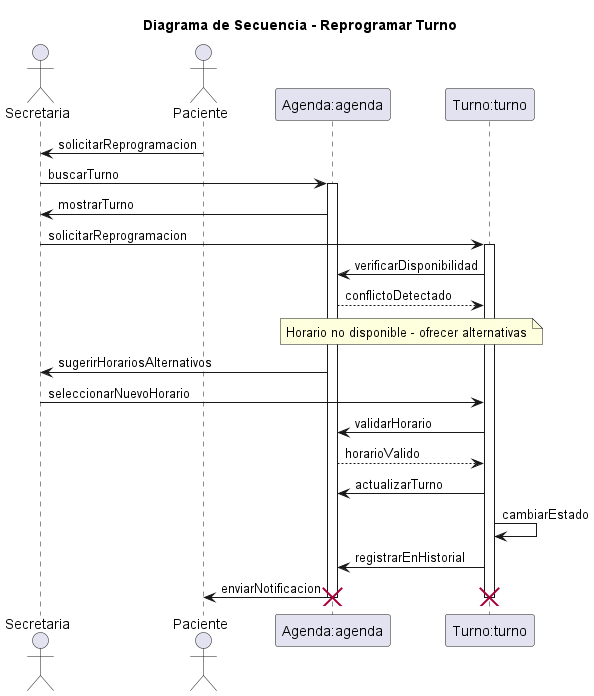
This is diagramas/05-diagramas-secuencia/05-secuencia-reprogramar-turno-03.png from eternalnight04/SistemaTurnosMedicos, a PlantUML export, as it was before one commit.
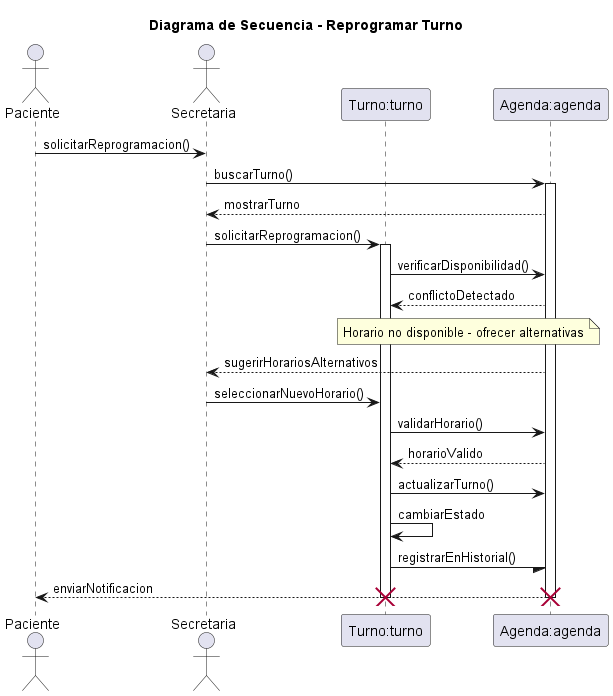
Above is the later version.

What changed in the source:
```diff
@@ -2,35 +2,36 @@
 
 title Diagrama de Secuencia - Reprogramar Turno
 
+actor Paciente as paciente
 actor Secretaria as secretaria
-actor Paciente as paciente
+participant "Turno:turno" as turno
 participant "Agenda:agenda" as agenda
-participant "Turno:turno" as turno
 
-paciente -> secretaria: solicitarReprogramacion
 
-secretaria -> agenda: buscarTurno
+paciente -> secretaria: solicitarReprogramacion()
+
+secretaria -> agenda: buscarTurno()
 activate agenda
 
-agenda -> secretaria: mostrarTurno
+agenda --> secretaria: mostrarTurno
 
-secretaria -> turno: solicitarReprogramacion
+secretaria -> turno: solicitarReprogramacion()
 activate turno
 
-turno -> agenda: verificarDisponibilidad
+turno -> agenda: verificarDisponibilidad()
 agenda --> turno: conflictoDetectado
 note over agenda, turno : Horario no disponible - ofrecer alternativas
 
-agenda -> secretaria: sugerirHorariosAlternativos
-secretaria -> turno: seleccionarNuevoHorario
+agenda --> secretaria: sugerirHorariosAlternativos
+secretaria -> turno: seleccionarNuevoHorario()
 
-turno -> agenda: validarHorario
+turno -> agenda: validarHorario()
 agenda --> turno: horarioValido
-turno -> agenda: actualizarTurno
+turno -> agenda: actualizarTurno()
 turno -> turno: cambiarEstado
-turno -> agenda: registrarEnHistorial
+turno -/ agenda: registrarEnHistorial()
 
-agenda -> paciente: enviarNotificacion
+agenda --> paciente: enviarNotificacion
 
 deactivate turno
 deactivate agenda
```
